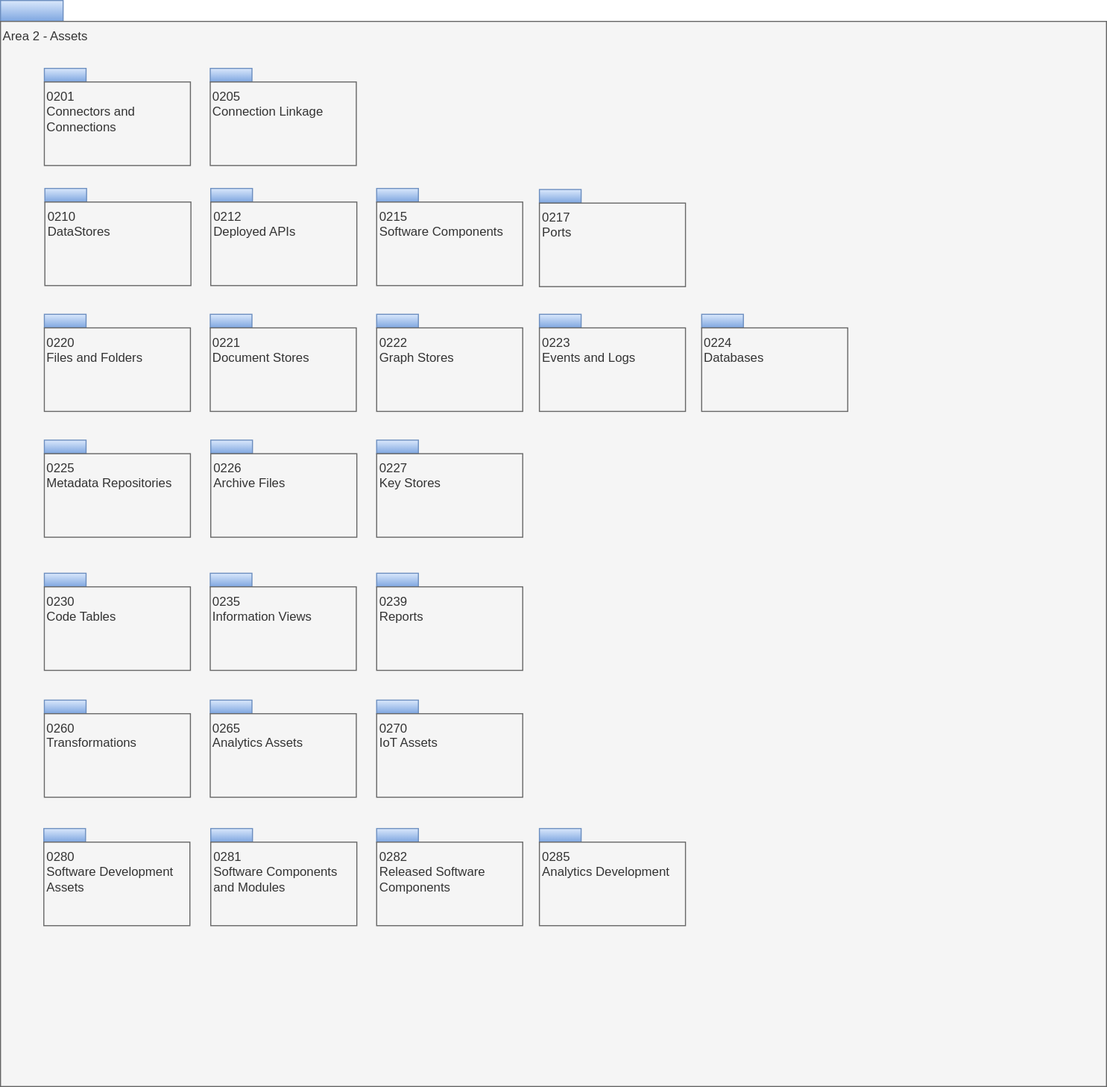
odpi/egeria-docs keeps this draw.io diagram as site/docs/types/2/area-2-assets-overview.svg. Above is the earlier version. Source tidied: cells renumbered, new cells last; positions are measured from the earlier drawing's top-left corner, leaving out a move shared by most shapes.
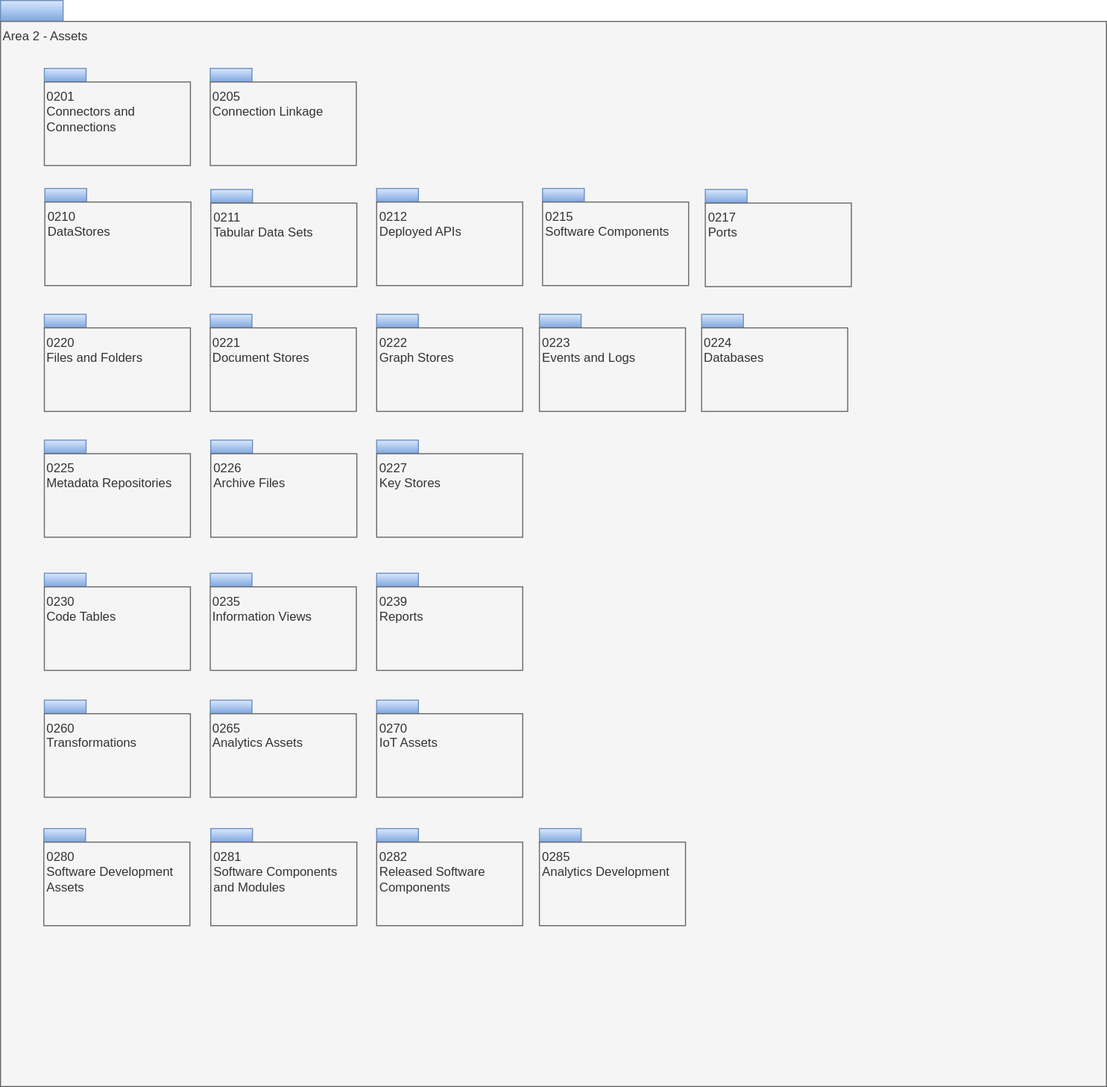
The same file after the commit.

What changed in the source:
```diff
@@ -21,16 +21,16 @@
       <mxGeometry x="201" y="78" width="140" height="80" as="geometry" />
     </mxCell>
     <mxCell id="8" style="rounded=0;whiteSpace=wrap;html=1;align=left;fillColor=#dae8fc;strokeColor=#6c8ebf;gradientColor=#7ea6e0;" parent="1" vertex="1">
-      <mxGeometry x="360.5" y="180" width="40" height="13" as="geometry" />
+      <mxGeometry x="519.5" y="180" width="40" height="13" as="geometry" />
     </mxCell>
     <mxCell id="9" value="0215&lt;br&gt;Software Components&lt;br&gt;" style="rounded=0;whiteSpace=wrap;html=1;align=left;verticalAlign=top;fillColor=#f5f5f5;fontColor=#333333;strokeColor=#666666;" parent="1" vertex="1">
-      <mxGeometry x="360.5" y="193" width="140" height="80" as="geometry" />
+      <mxGeometry x="519.5" y="193" width="140" height="80" as="geometry" />
     </mxCell>
     <mxCell id="10" style="rounded=0;whiteSpace=wrap;html=1;align=left;fillColor=#dae8fc;strokeColor=#6c8ebf;gradientColor=#7ea6e0;" parent="1" vertex="1">
-      <mxGeometry x="516.5" y="181" width="40" height="13" as="geometry" />
+      <mxGeometry x="675.5" y="181" width="40" height="13" as="geometry" />
     </mxCell>
     <mxCell id="11" value="0217&lt;br&gt;Ports" style="rounded=0;whiteSpace=wrap;html=1;align=left;verticalAlign=top;fillColor=#f5f5f5;fontColor=#333333;strokeColor=#666666;" parent="1" vertex="1">
-      <mxGeometry x="516.5" y="194" width="140" height="80" as="geometry" />
+      <mxGeometry x="675.5" y="194" width="140" height="80" as="geometry" />
     </mxCell>
     <mxCell id="12" style="rounded=0;whiteSpace=wrap;html=1;align=left;fillColor=#dae8fc;strokeColor=#6c8ebf;gradientColor=#7ea6e0;" parent="1" vertex="1">
       <mxGeometry x="42.5" y="180" width="40" height="13" as="geometry" />
@@ -39,10 +39,10 @@
       <mxGeometry x="42.5" y="193" width="140" height="80" as="geometry" />
     </mxCell>
     <mxCell id="14" style="rounded=0;whiteSpace=wrap;html=1;align=left;fillColor=#dae8fc;strokeColor=#6c8ebf;gradientColor=#7ea6e0;" parent="1" vertex="1">
-      <mxGeometry x="201.5" y="180" width="40" height="13" as="geometry" />
+      <mxGeometry x="360.5" y="180" width="40" height="13" as="geometry" />
     </mxCell>
     <mxCell id="15" value="0212&lt;br&gt;Deployed APIs&lt;br&gt;" style="rounded=0;whiteSpace=wrap;html=1;align=left;verticalAlign=top;fillColor=#f5f5f5;fontColor=#333333;strokeColor=#666666;" parent="1" vertex="1">
-      <mxGeometry x="201.5" y="193" width="140" height="80" as="geometry" />
+      <mxGeometry x="360.5" y="193" width="140" height="80" as="geometry" />
     </mxCell>
     <mxCell id="16" style="rounded=0;whiteSpace=wrap;html=1;align=left;fillColor=#dae8fc;strokeColor=#6c8ebf;gradientColor=#7ea6e0;" parent="1" vertex="1">
       <mxGeometry x="201" y="300.5" width="40" height="13" as="geometry" />
@@ -152,5 +152,11 @@
     <mxCell id="51" value="0227&lt;br&gt;Key Stores" style="rounded=0;whiteSpace=wrap;html=1;align=left;verticalAlign=top;fillColor=#f5f5f5;fontColor=#333333;strokeColor=#666666;" parent="1" vertex="1">
       <mxGeometry x="360.5" y="434" width="140" height="80" as="geometry" />
     </mxCell>
+    <mxCell id="52" style="rounded=0;whiteSpace=wrap;html=1;align=left;fillColor=#dae8fc;strokeColor=#6c8ebf;gradientColor=#7ea6e0;" parent="1" vertex="1">
+      <mxGeometry x="201.5" y="181" width="40" height="13" as="geometry" />
+    </mxCell>
+    <mxCell id="53" value="0211&lt;br&gt;Tabular Data Sets" style="rounded=0;whiteSpace=wrap;html=1;align=left;verticalAlign=top;fillColor=#f5f5f5;fontColor=#333333;strokeColor=#666666;" parent="1" vertex="1">
+      <mxGeometry x="201.5" y="194" width="140" height="80" as="geometry" />
+    </mxCell>
   </root>
 </mxGraphModel>
```
